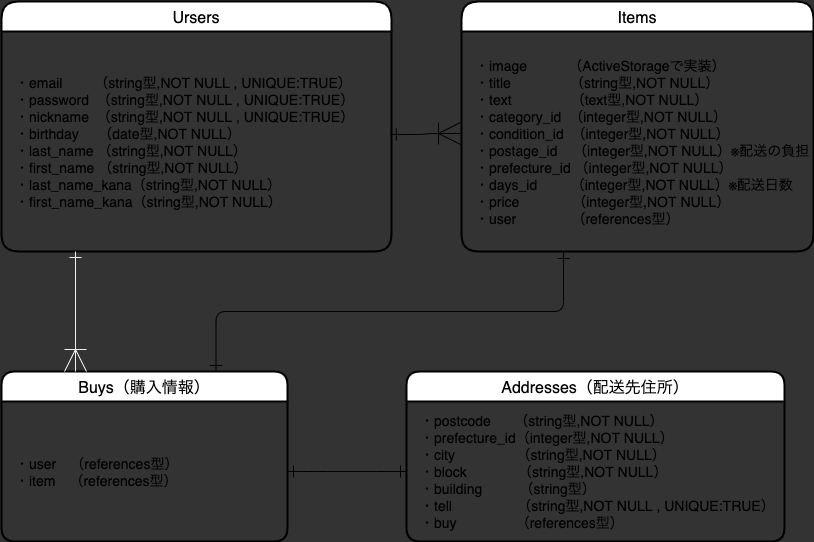
The draw.io diagram furima.drawio.png in misato-yabe/furima-32068, before a commit. Source tidied: cells renumbered, new cells last; positions are measured from the earlier drawing's top-left corner, leaving out a move shared by most shapes.
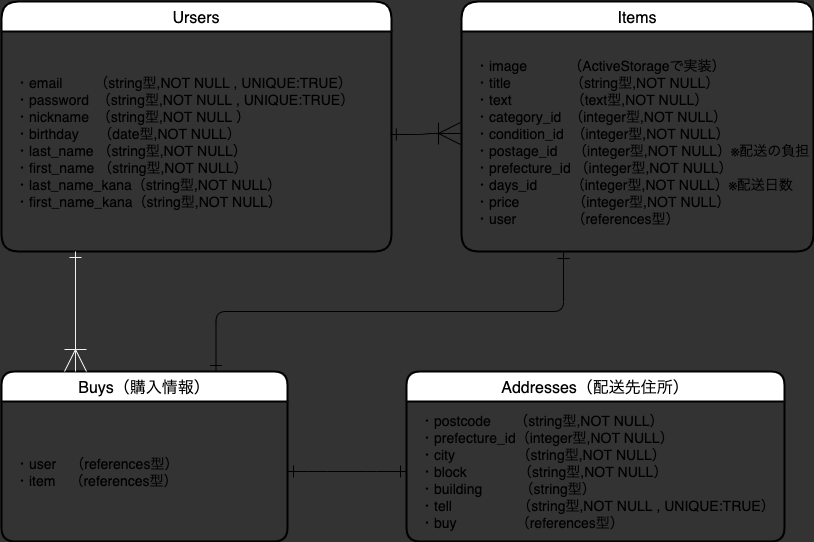
The same diagram one commit later.

What changed in the source:
```diff
@@ -22,7 +22,7 @@
     <mxCell id="5" value="Ursers" style="swimlane;horizontal=1;startSize=30;rounded=1;fontSize=16;fontStyle=0;strokeWidth=2;shadow=0;dashed=0;align=center;glass=0;sketch=0;swimlaneLine=1;arcSize=19;" parent="1" vertex="1">
       <mxGeometry width="390" height="250" as="geometry" />
     </mxCell>
-    <mxCell id="6" value="・email　　 （string型,NOT NULL , UNIQUE:TRUE）&#10;・password  （string型,NOT NULL , UNIQUE:TRUE）&#10;・nickname  （string型,NOT NULL , UNIQUE:TRUE）&#10;・birthday     （date型,NOT NULL）&#10;・last_name （string型,NOT NULL）&#10;・first_name （string型,NOT NULL）&#10;・last_name_kana（string型,NOT NULL）&#10;・first_name_kana（string型,NOT NULL）" style="align=left;strokeColor=none;fillColor=none;spacingLeft=4;fontSize=14;verticalAlign=middle;spacing=10;" parent="5" vertex="1">
+    <mxCell id="6" value="・email　　 （string型,NOT NULL , UNIQUE:TRUE）&#10;・password  （string型,NOT NULL , UNIQUE:TRUE）&#10;・nickname  （string型,NOT NULL ）&#10;・birthday     （date型,NOT NULL）&#10;・last_name （string型,NOT NULL）&#10;・first_name （string型,NOT NULL）&#10;・last_name_kana（string型,NOT NULL）&#10;・first_name_kana（string型,NOT NULL）" style="align=left;strokeColor=none;fillColor=none;spacingLeft=4;fontSize=14;verticalAlign=middle;spacing=10;" parent="5" vertex="1">
       <mxGeometry y="30" width="390" height="220" as="geometry" />
     </mxCell>
     <mxCell id="7" value="Items" style="swimlane;horizontal=1;startSize=30;rounded=1;fontSize=16;fontStyle=0;strokeWidth=2;shadow=0;dashed=0;align=center;glass=0;sketch=0;swimlaneLine=1;arcSize=19;" parent="1" vertex="1">
```
